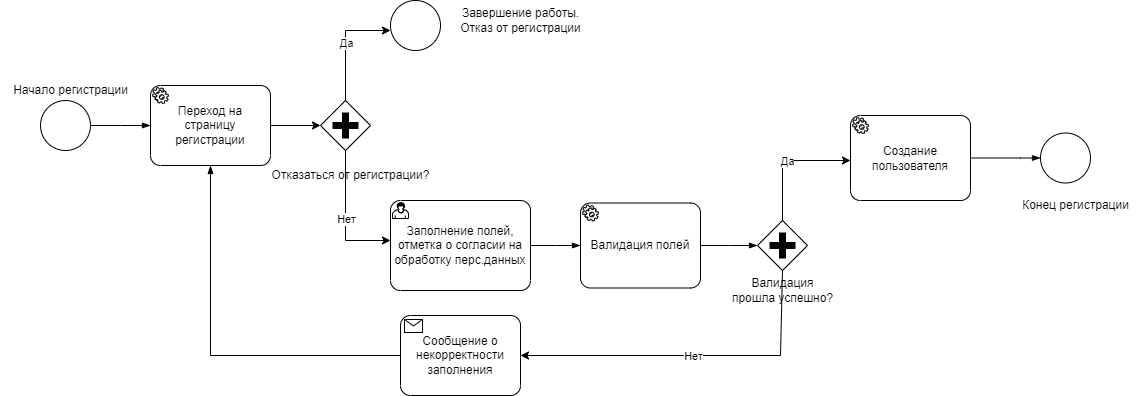
The draw.io diagram images/Registration.png in DibrovDru/Architecture.1, before a commit. Source tidied: cells renumbered, new cells last; positions are measured from the earlier drawing's top-left corner, leaving out a move shared by most shapes.
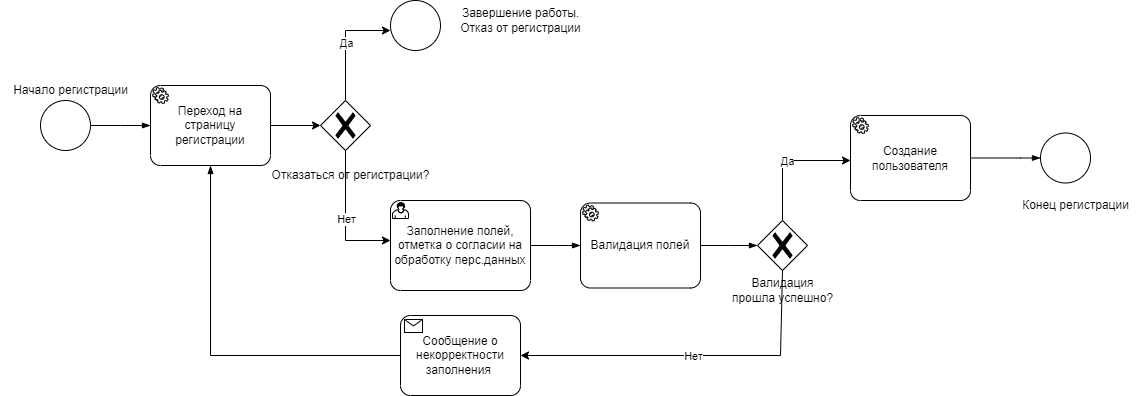
Above is the later version.

What changed in the source:
```diff
@@ -8,8 +8,10 @@
     <mxCell id="3" value="Начало регистрации" style="text;html=1;align=center;verticalAlign=middle;strokeColor=none;fillColor=none;" parent="1" vertex="1">
       <mxGeometry y="75" width="140" height="30" as="geometry" />
     </mxCell>
-    <mxCell id="4" style="edgeStyle=orthogonalEdgeStyle;rounded=0;jettySize=auto;html=1;" parent="1" edge="1" source="5" target="7">
-      <mxGeometry relative="1" as="geometry" />
+    <mxCell id="4" style="edgeStyle=orthogonalEdgeStyle;rounded=0;jettySize=auto;html=1;" parent="1" edge="1" source="5">
+      <mxGeometry relative="1" as="geometry">
+        <mxPoint x="320" y="125" as="targetPoint" />
+      </mxGeometry>
     </mxCell>
     <mxCell id="5" value="Переход на страницу регистрации" style="points=[[0.25,0,0],[0.5,0,0],[0.75,0,0],[1,0.25,0],[1,0.5,0],[1,0.75,0],[0.75,1,0],[0.5,1,0],[0.25,1,0],[0,0.75,0],[0,0.5,0],[0,0.25,0]];shape=mxgraph.bpmn.task;whiteSpace=wrap;rectStyle=rounded;size=10;html=1;taskMarker=service;" parent="1" vertex="1">
       <mxGeometry x="150" y="85" width="120" height="80" as="geometry" />
@@ -17,14 +19,12 @@
     <mxCell id="6" style="edgeStyle=elbowEdgeStyle;fontSize=12;html=1;endArrow=blockThin;endFill=1;rounded=0;exitX=1;exitY=0.5;exitDx=0;exitDy=0;exitPerimeter=0;entryX=0;entryY=0.5;entryDx=0;entryDy=0;entryPerimeter=0;" parent="1" edge="1" source="2" target="5">
       <mxGeometry relative="1" as="geometry" />
     </mxCell>
-    <mxCell id="7" style="points=[[0.25,0.25,0],[0.5,0,0],[0.75,0.25,0],[1,0.5,0],[0.75,0.75,0],[0.5,1,0],[0.25,0.75,0],[0,0.5,0]];shape=mxgraph.bpmn.gateway2;html=1;verticalLabelPosition=bottom;labelBackgroundColor=#ffffff;verticalAlign=top;align=center;perimeter=rhombusPerimeter;outlineConnect=0;outline=none;symbol=none;gwType=parallel;" parent="1" vertex="1">
-      <mxGeometry x="320" y="100" width="50" height="50" as="geometry" />
-    </mxCell>
     <mxCell id="8" value="Отказаться от регистрации?" style="text;html=1;align=center;verticalAlign=middle;strokeColor=none;fillColor=none;" parent="1" vertex="1">
       <mxGeometry x="260" y="160" width="180" height="30" as="geometry" />
     </mxCell>
-    <mxCell id="9" style="endArrow=classic;html=1;rounded=0;exitX=0.5;exitY=1;exitDx=0;exitDy=0;exitPerimeter=0;" parent="1" edge="1" source="7">
+    <mxCell id="9" style="endArrow=classic;html=1;rounded=0;exitX=0.5;exitY=1;exitDx=0;exitDy=0;exitPerimeter=0;" parent="1" edge="1">
       <mxGeometry relative="1" as="geometry">
+        <mxPoint x="345" y="150" as="sourcePoint" />
         <mxPoint x="390" y="240" as="targetPoint" />
         <Array as="points">
           <mxPoint x="345" y="240" />
@@ -34,8 +34,9 @@
     <mxCell id="10" value="Нет" style="edgeLabel;html=1;align=center;verticalAlign=middle;" parent="9" vertex="1">
       <mxGeometry relative="1" as="geometry" />
     </mxCell>
-    <mxCell id="11" style="endArrow=classic;html=1;rounded=0;exitX=0.5;exitY=0;exitDx=0;exitDy=0;exitPerimeter=0;" parent="1" edge="1" source="7">
+    <mxCell id="11" style="endArrow=classic;html=1;rounded=0;exitX=0.5;exitY=0;exitDx=0;exitDy=0;exitPerimeter=0;" parent="1" edge="1">
       <mxGeometry relative="1" as="geometry">
+        <mxPoint x="345" y="100" as="sourcePoint" />
         <mxPoint x="390" y="30" as="targetPoint" />
         <Array as="points">
           <mxPoint x="345" y="30" />
@@ -60,17 +61,17 @@
     <mxCell id="17" style="edgeStyle=elbowEdgeStyle;fontSize=12;html=1;endArrow=blockThin;endFill=1;rounded=0;exitX=1;exitY=0.5;exitDx=0;exitDy=0;exitPerimeter=0;entryX=0;entryY=0.5;entryDx=0;entryDy=0;entryPerimeter=0;" parent="1" edge="1" source="15" target="16">
       <mxGeometry relative="1" as="geometry" />
     </mxCell>
-    <mxCell id="18" style="points=[[0.25,0.25,0],[0.5,0,0],[0.75,0.25,0],[1,0.5,0],[0.75,0.75,0],[0.5,1,0],[0.25,0.75,0],[0,0.5,0]];shape=mxgraph.bpmn.gateway2;html=1;verticalLabelPosition=bottom;labelBackgroundColor=#ffffff;verticalAlign=top;align=center;perimeter=rhombusPerimeter;outlineConnect=0;outline=none;symbol=none;gwType=parallel;" parent="1" vertex="1">
-      <mxGeometry x="757" y="220" width="50" height="50" as="geometry" />
-    </mxCell>
-    <mxCell id="19" style="edgeStyle=elbowEdgeStyle;fontSize=12;html=1;endArrow=blockThin;endFill=1;rounded=0;exitX=1;exitY=0.5;exitDx=0;exitDy=0;exitPerimeter=0;entryX=0;entryY=0.5;entryDx=0;entryDy=0;entryPerimeter=0;" parent="1" edge="1" source="16" target="18">
-      <mxGeometry relative="1" as="geometry" />
+    <mxCell id="19" style="edgeStyle=elbowEdgeStyle;fontSize=12;html=1;endArrow=blockThin;endFill=1;rounded=0;exitX=1;exitY=0.5;exitDx=0;exitDy=0;exitPerimeter=0;entryX=0;entryY=0.5;entryDx=0;entryDy=0;entryPerimeter=0;" parent="1" edge="1" source="16">
+      <mxGeometry relative="1" as="geometry">
+        <mxPoint x="757" y="245" as="targetPoint" />
+      </mxGeometry>
     </mxCell>
     <mxCell id="20" value="Валидация &lt;br&gt;прошла успешно?" style="text;html=1;align=center;verticalAlign=middle;strokeColor=none;fillColor=none;" parent="1" vertex="1">
       <mxGeometry x="722" y="270" width="120" height="40" as="geometry" />
     </mxCell>
-    <mxCell id="21" style="endArrow=classic;html=1;rounded=0;exitX=0.5;exitY=0;exitDx=0;exitDy=0;exitPerimeter=0;" parent="1" edge="1" source="18">
+    <mxCell id="21" style="endArrow=classic;html=1;rounded=0;exitX=0.5;exitY=0;exitDx=0;exitDy=0;exitPerimeter=0;" parent="1" edge="1">
       <mxGeometry relative="1" as="geometry">
+        <mxPoint x="782" y="220" as="sourcePoint" />
         <mxPoint x="850" y="160" as="targetPoint" />
         <Array as="points">
           <mxPoint x="782" y="160" />
@@ -80,7 +81,7 @@
     <mxCell id="22" value="Да" style="edgeLabel;html=1;align=center;verticalAlign=middle;" parent="21" vertex="1">
       <mxGeometry relative="1" as="geometry" />
     </mxCell>
-    <mxCell id="23" value="Сообщение о некорректности заполнения" style="points=[[0.25,0,0],[0.5,0,0],[0.75,0,0],[1,0.25,0],[1,0.5,0],[1,0.75,0],[0.75,1,0],[0.5,1,0],[0.25,1,0],[0,0.75,0],[0,0.5,0],[0,0.25,0]];shape=mxgraph.bpmn.task;whiteSpace=wrap;rectStyle=rounded;size=10;html=1;taskMarker=receive;" parent="1" vertex="1">
+    <mxCell id="23" value="Сообщение о некорректности заполнения&amp;nbsp;" style="points=[[0.25,0,0],[0.5,0,0],[0.75,0,0],[1,0.25,0],[1,0.5,0],[1,0.75,0],[0.75,1,0],[0.5,1,0],[0.25,1,0],[0,0.75,0],[0,0.5,0],[0,0.25,0]];shape=mxgraph.bpmn.task;whiteSpace=wrap;rectStyle=rounded;size=10;html=1;taskMarker=receive;" parent="1" vertex="1">
       <mxGeometry x="400" y="315" width="120" height="80" as="geometry" />
     </mxCell>
     <mxCell id="24" style="edgeStyle=elbowEdgeStyle;fontSize=12;html=1;endArrow=blockThin;endFill=1;rounded=0;exitX=0;exitY=0.5;exitDx=0;exitDy=0;exitPerimeter=0;entryX=0.5;entryY=1;entryDx=0;entryDy=0;entryPerimeter=0;" parent="1" edge="1" source="23" target="5">
@@ -90,8 +91,9 @@
         </Array>
       </mxGeometry>
     </mxCell>
-    <mxCell id="25" style="endArrow=classic;html=1;rounded=0;exitX=0.5;exitY=1;exitDx=0;exitDy=0;exitPerimeter=0;entryX=1;entryY=0.5;entryDx=0;entryDy=0;entryPerimeter=0;" parent="1" edge="1" source="18" target="23">
+    <mxCell id="25" style="endArrow=classic;html=1;rounded=0;exitX=0.5;exitY=1;exitDx=0;exitDy=0;exitPerimeter=0;entryX=1;entryY=0.5;entryDx=0;entryDy=0;entryPerimeter=0;" parent="1" edge="1" target="23">
       <mxGeometry relative="1" as="geometry">
+        <mxPoint x="782" y="270" as="sourcePoint" />
         <Array as="points">
           <mxPoint x="780" y="355" />
         </Array>
@@ -117,5 +119,11 @@
     <mxCell id="30" value="Конец регистрации" style="text;html=1;align=center;verticalAlign=middle;strokeColor=none;fillColor=none;" parent="1" vertex="1">
       <mxGeometry x="1010" y="190" width="130" height="30" as="geometry" />
     </mxCell>
+    <mxCell id="31" style="shape=mxgraph.bpmn.gateway2;html=1;verticalLabelPosition=bottom;labelBackgroundColor=#ffffff;verticalAlign=top;align=center;perimeter=rhombusPerimeter;outline=none;symbol=none;gwType=exclusive;" parent="1" vertex="1">
+      <mxGeometry x="320" y="100" width="50" height="50" as="geometry" />
+    </mxCell>
+    <mxCell id="32" style="shape=mxgraph.bpmn.gateway2;html=1;verticalLabelPosition=bottom;labelBackgroundColor=#ffffff;verticalAlign=top;align=center;perimeter=rhombusPerimeter;outline=none;symbol=none;gwType=exclusive;" parent="1" vertex="1">
+      <mxGeometry x="757" y="220" width="50" height="50" as="geometry" />
+    </mxCell>
   </root>
 </mxGraphModel>
```
